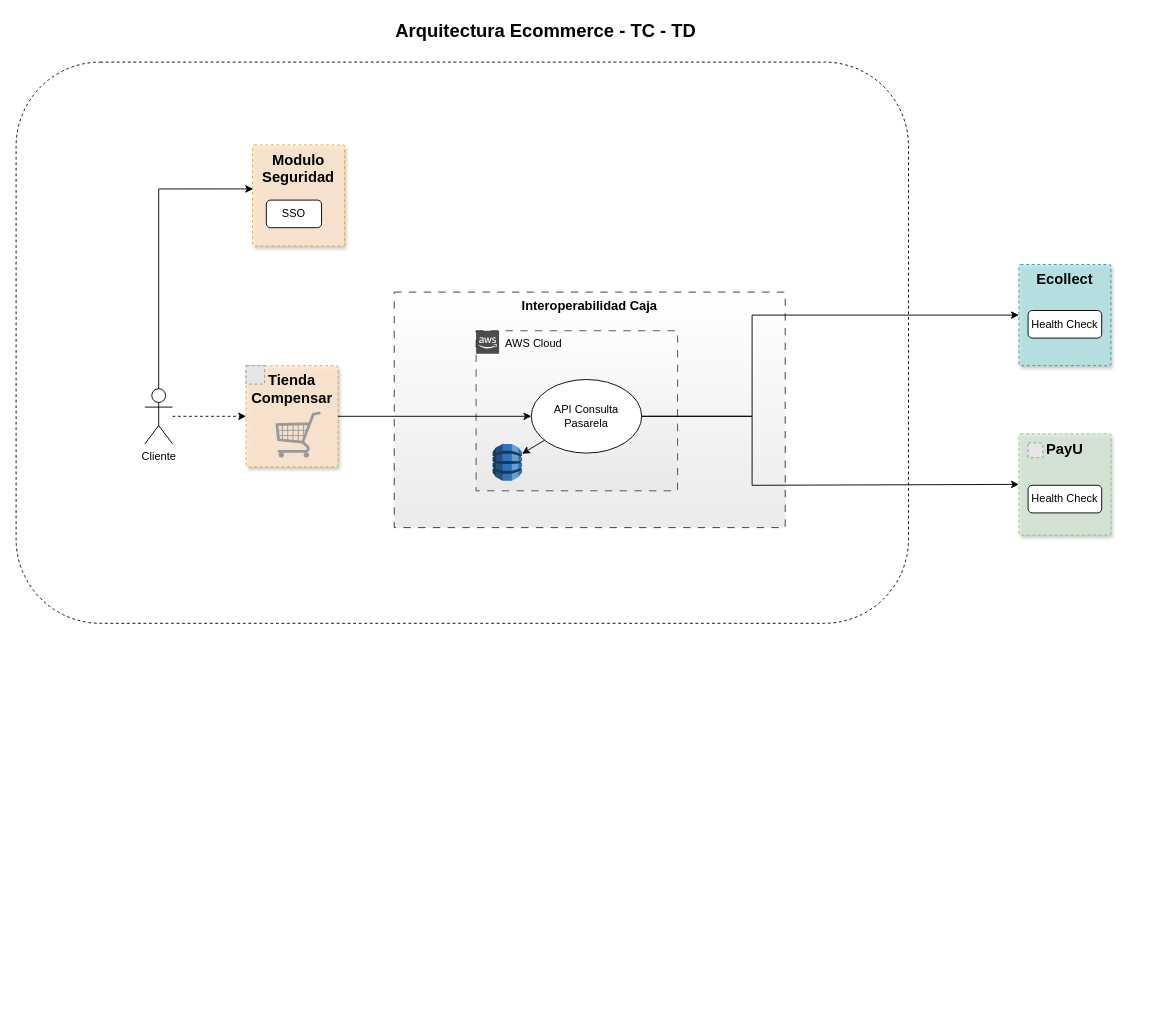
The draw.io diagram page "Tienda" (1 of 2) of Pasarela contingente.drawio in carlosvalderrama1204/diagrams, before the edit. Source tidied: cells renumbered, new cells numbered last; positions are measured from the earlier drawing's top-left corner, leaving out a move shared by most shapes. Both pictures are drawn from the tidied source at 92%, with x=0, y=0 at pixel (16, 16). Pictures stored in the file or linked from it are replaced by grey dashed boxes.
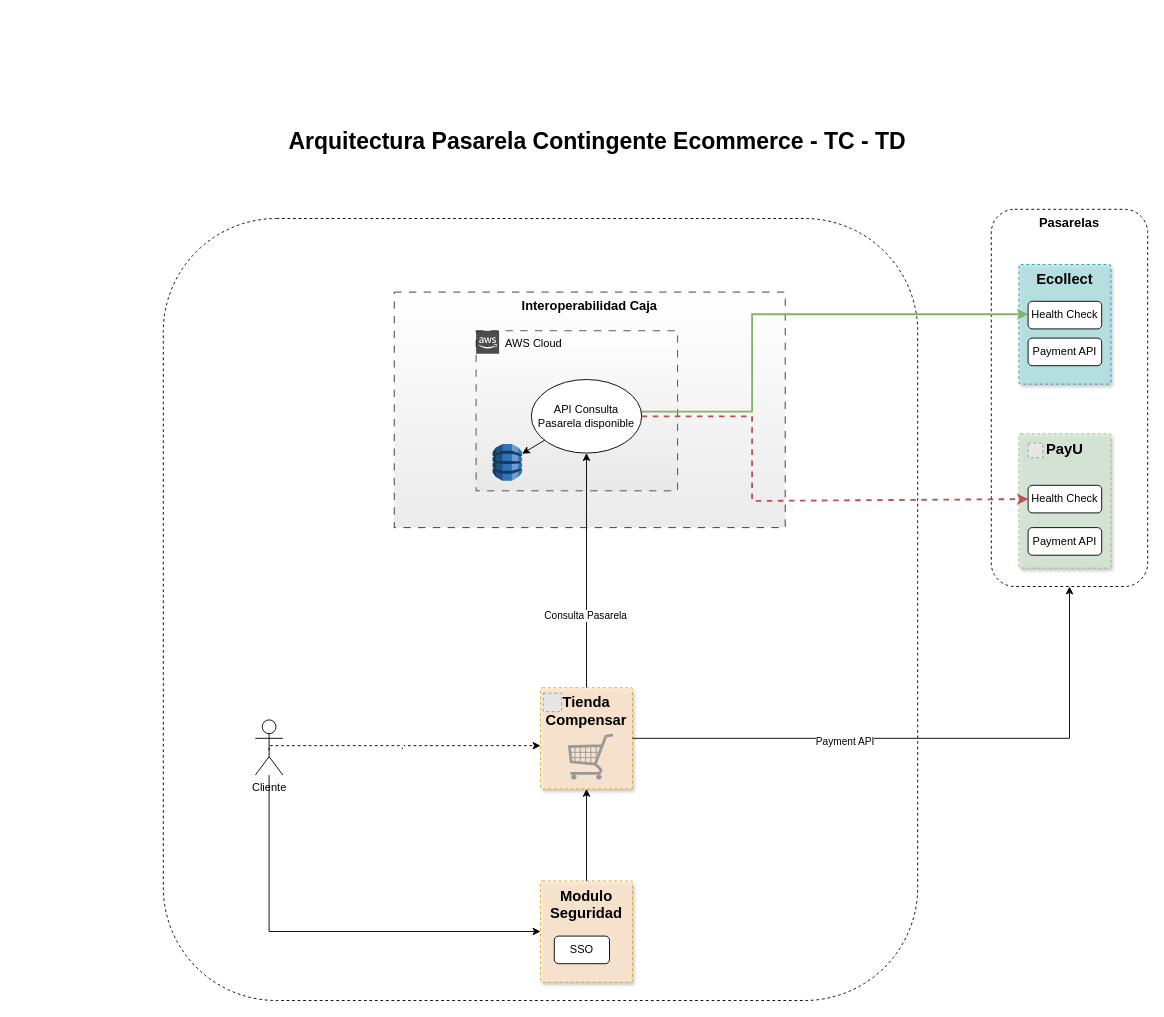
Above is the later version.

Unchanged cells that the change refers to:
```xml
<mxCell id="18" style="edgeStyle=orthogonalEdgeStyle;rounded=0;jettySize=auto;html=1;" parent="1" edge="1" source="4" target="17">
  <mxGeometry relative="1" as="geometry" />
</mxCell>
<mxCell id="22" value="Health Check" style="rounded=1;whiteSpace=wrap;html=1;" parent="1" vertex="1">
  <mxGeometry x="1100" y="510" width="80" height="30" as="geometry" />
</mxCell>
```

Diff of the diagram source:
```diff
@@
+    <mxCell id="25" value="&lt;b&gt;&lt;font style=&quot;font-size: 14px;&quot;&gt;Pasarelas&lt;/font&gt;&lt;/b&gt;" style="rounded=1;whiteSpace=wrap;html=1;verticalAlign=top;dashed=1;" parent="1" vertex="1">
+      <mxGeometry x="1060" y="210" width="170" height="410" as="geometry" />
+    </mxCell>
     <mxCell id="2" style="rounded=1;whiteSpace=wrap;html=1;dashed=1;" parent="1" vertex="1">
-      <mxGeometry y="50" width="970" height="610" as="geometry" />
+      <mxGeometry x="160" y="220" width="820" height="850" as="geometry" />
     </mxCell>
@@
-    <mxCell id="4" value="Tienda Compensar" style="rounded=1;whiteSpace=wrap;html=1;labelBackgroundColor=none;labelBorderColor=none;fillStyle=auto;strokeColor=#d79b00;fontSize=16;fillColor=#ffe6cc;opacity=80;verticalAlign=top;align=center;dashed=1;arcSize=2;fontStyle=1;shadow=1;" parent="1" vertex="1">
-      <mxGeometry x="250" y="380" width="100" height="110" as="geometry" />
-    </mxCell>
-    <mxCell id="5" style="fillColor=#E6E6E6;strokeColor=#999999;dashed=1;verticalLabelPosition=bottom;labelBackgroundColor=default;verticalAlign=top;" parent="1" vertex="1">
-      <mxGeometry x="250" y="380" width="20" height="20" as="geometry" />
-    </mxCell>
-    <mxCell id="6" style="verticalLabelPosition=bottom;shadow=0;dashed=0;align=center;html=1;verticalAlign=top;strokeWidth=1;shape=mxgraph.mockup.misc.shoppingCart;strokeColor=#999999;" parent="1" vertex="1">
-      <mxGeometry x="282" y="430" width="50" height="50" as="geometry" />
-    </mxCell>
-    <mxCell id="7" style="edgeStyle=orthogonalEdgeStyle;rounded=0;jettySize=auto;html=1;entryX=0;entryY=0.5;entryDx=0;entryDy=0;dashed=1;" parent="1" edge="1" source="8" target="4">
-      <mxGeometry relative="1" as="geometry" />
+    <mxCell id="7" value="." style="edgeStyle=orthogonalEdgeStyle;rounded=0;orthogonalLoop=1;jettySize=auto;html=1;dashed=1;exitX=0.5;exitY=0.5;exitDx=0;exitDy=0;exitPerimeter=0;" parent="1" edge="1">
+      <mxGeometry relative="1" as="geometry">
+        <mxPoint x="275" y="798" as="sourcePoint" />
+        <mxPoint x="570" y="793" as="targetPoint" />
+        <Array as="points">
+          <mxPoint x="275" y="793" />
+        </Array>
+      </mxGeometry>
     </mxCell>
+    <mxCell id="11" style="edgeStyle=orthogonalEdgeStyle;rounded=0;jettySize=auto;html=1;entryX=0;entryY=0.5;entryDx=0;entryDy=0;" parent="1" edge="1" source="8" target="9">
+      <mxGeometry relative="1" as="geometry">
+        <Array as="points">
+          <mxPoint x="275" y="995" />
+        </Array>
+      </mxGeometry>
+    </mxCell>
     <mxCell id="8" value="Cliente" style="shape=umlActor;verticalLabelPosition=bottom;verticalAlign=top;html=1;outlineConnect=0;" parent="1" vertex="1">
-      <mxGeometry x="140" y="405" width="30" height="60" as="geometry" />
+      <mxGeometry x="260" y="765" width="30" height="60" as="geometry" />
     </mxCell>
-    <mxCell id="9" value="Modulo Seguridad" style="rounded=1;whiteSpace=wrap;html=1;labelBackgroundColor=none;labelBorderColor=none;fillStyle=auto;strokeColor=#d79b00;fontSize=16;fillColor=#ffe6cc;opacity=80;verticalAlign=top;align=center;dashed=1;arcSize=2;fontStyle=1;shadow=1;" parent="1" vertex="1">
-      <mxGeometry x="257" y="140" width="100" height="110" as="geometry" />
-    </mxCell>
-    <mxCell id="10" value="SSO" style="rounded=1;whiteSpace=wrap;html=1;" parent="1" vertex="1">
-      <mxGeometry x="272" y="200" width="60" height="30" as="geometry" />
-    </mxCell>
-    <mxCell id="11" style="edgeStyle=orthogonalEdgeStyle;rounded=0;jettySize=auto;html=1;entryX=0.007;entryY=0.435;entryDx=0;entryDy=0;entryPerimeter=0;" parent="1" edge="1" source="8" target="9">
-      <mxGeometry relative="1" as="geometry">
-        <Array as="points">
-          <mxPoint x="155" y="188" />
-        </Array>
-      </mxGeometry>
-    </mxCell>
     <mxCell id="12" value="Ecollect" style="rounded=1;whiteSpace=wrap;html=1;labelBackgroundColor=none;labelBorderColor=none;fillStyle=auto;strokeColor=#0e8088;fontSize=16;fillColor=#b0e3e6;opacity=80;verticalAlign=top;align=center;dashed=1;arcSize=2;fontStyle=1;shadow=1;" parent="1" vertex="1">
-      <mxGeometry x="1090" y="270" width="100" height="110" as="geometry" />
+      <mxGeometry x="1090" y="270" width="100" height="130" as="geometry" />
     </mxCell>
     <mxCell id="13" value="PayU" style="rounded=1;whiteSpace=wrap;html=1;labelBackgroundColor=none;labelBorderColor=none;fillStyle=auto;strokeColor=#82b366;fontSize=16;fillColor=#d5e8d4;opacity=80;verticalAlign=top;align=center;dashed=1;arcSize=2;fontStyle=1;shadow=1;" parent="1" vertex="1">
-      <mxGeometry x="1090" y="454" width="100" height="110" as="geometry" />
+      <mxGeometry x="1090" y="454" width="100" height="146" as="geometry" />
     </mxCell>
@@
-    <mxCell id="16" style="edgeStyle=orthogonalEdgeStyle;rounded=0;jettySize=auto;html=1;exitX=1;exitY=0.5;exitDx=0;exitDy=0;entryX=0;entryY=0.5;entryDx=0;entryDy=0;" parent="1" edge="1" source="17" target="12">
+    <mxCell id="16" style="edgeStyle=orthogonalEdgeStyle;rounded=0;jettySize=auto;html=1;fillColor=#d5e8d4;gradientColor=#97d077;strokeColor=#82b366;strokeWidth=2;entryX=0.017;entryY=0.47;entryDx=0;entryDy=0;entryPerimeter=0;exitX=0.993;exitY=0.522;exitDx=0;exitDy=0;exitPerimeter=0;" parent="1" edge="1" source="17">
       <mxGeometry relative="1" as="geometry">
+        <mxPoint x="1100" y="324.1" as="targetPoint" />
         <Array as="points">
-          <mxPoint x="800" y="435" />
-          <mxPoint x="800" y="325" />
+          <mxPoint x="679" y="430" />
+          <mxPoint x="800" y="430" />
+          <mxPoint x="800" y="324" />
         </Array>
       </mxGeometry>
     </mxCell>
-    <mxCell id="17" value="API Consulta Pasarela" style="ellipse;whiteSpace=wrap;html=1;" parent="1" vertex="1">
+    <mxCell id="17" value="API Consulta Pasarela disponible" style="ellipse;whiteSpace=wrap;html=1;" parent="1" vertex="1">
       <mxGeometry x="560" y="395" width="120" height="80" as="geometry" />
     </mxCell>
@@
+    <mxCell id="26" value="Consulta Pasarela" style="edgeLabel;html=1;align=center;verticalAlign=middle;" parent="18" vertex="1">
+      <mxGeometry x="-0.38" y="2" relative="1" as="geometry" />
+    </mxCell>
-    <mxCell id="19" style="endArrow=classic;html=1;rounded=0;exitX=1;exitY=0.5;exitDx=0;exitDy=0;entryX=0;entryY=0.5;entryDx=0;entryDy=0;" parent="1" edge="1" source="17" target="13">
+    <mxCell id="19" style="endArrow=classic;html=1;rounded=0;exitX=1;exitY=0.5;exitDx=0;exitDy=0;entryX=0;entryY=0.5;entryDx=0;entryDy=0;fillColor=#f8cecc;gradientColor=#ea6b66;strokeColor=#b85450;strokeWidth=2;dashed=1;" parent="1" edge="1" source="17" target="22">
       <mxGeometry relative="1" as="geometry">
         <Array as="points">
           <mxPoint x="800" y="435" />
-          <mxPoint x="800" y="510" />
+          <mxPoint x="800" y="527" />
         </Array>
       </mxGeometry>
     </mxCell>
-    <mxCell id="20" value="Arquitectura Ecommerce - TC - TD" style="text;html=1;strokeColor=none;fillColor=none;align=center;verticalAlign=middle;whiteSpace=wrap;rounded=0;fontSize=20;fontStyle=1;" parent="1" vertex="1">
-      <mxGeometry x="411" width="330" height="30" as="geometry" />
+    <mxCell id="20" value="&lt;font style=&quot;font-size: 25px;&quot;&gt;Arquitectura Pasarela Contingente Ecommerce - TC - TD&lt;/font&gt;" style="text;html=1;strokeColor=none;fillColor=none;align=center;verticalAlign=middle;whiteSpace=wrap;rounded=0;fontSize=20;fontStyle=1;" parent="1" vertex="1">
+      <mxGeometry x="250" y="120" width="764" height="30" as="geometry" />
     </mxCell>
     <mxCell id="21" value="Health Check" style="rounded=1;whiteSpace=wrap;html=1;" parent="1" vertex="1">
-      <mxGeometry x="1100" y="320" width="80" height="30" as="geometry" />
+      <mxGeometry x="1100" y="310" width="80" height="30" as="geometry" />
     </mxCell>
@@
+    <mxCell id="27" style="group;" parent="1" vertex="1">
+      <mxGeometry x="570" y="730" width="100" height="110" as="geometry" />
+    </mxCell>
+    <mxCell id="4" value="Tienda Compensar" style="rounded=1;whiteSpace=wrap;html=1;labelBackgroundColor=none;labelBorderColor=none;fillStyle=auto;strokeColor=#d79b00;fontSize=16;fillColor=#ffe6cc;opacity=80;verticalAlign=top;align=center;dashed=1;arcSize=2;fontStyle=1;shadow=1;" parent="27" vertex="1">
+      <mxGeometry width="100" height="110" as="geometry" />
+    </mxCell>
+    <mxCell id="5" style="fillColor=#E6E6E6;strokeColor=#999999;dashed=1;verticalLabelPosition=bottom;labelBackgroundColor=default;verticalAlign=top;" parent="27" vertex="1">
+      <mxGeometry x="3" y="6" width="20" height="20" as="geometry" />
+    </mxCell>
+    <mxCell id="6" style="verticalLabelPosition=bottom;shadow=0;dashed=0;align=center;html=1;verticalAlign=top;strokeWidth=1;shape=mxgraph.mockup.misc.shoppingCart;strokeColor=#999999;" parent="27" vertex="1">
+      <mxGeometry x="30" y="50" width="50" height="50" as="geometry" />
+    </mxCell>
+    <mxCell id="28" style="edgeStyle=orthogonalEdgeStyle;rounded=0;jettySize=auto;html=1;" parent="1" edge="1" source="4" target="25">
+      <mxGeometry relative="1" as="geometry" />
+    </mxCell>
+    <mxCell id="29" value="Payment API" style="edgeLabel;html=1;align=center;verticalAlign=middle;" parent="28" vertex="1">
+      <mxGeometry x="-0.28" y="-3" relative="1" as="geometry" />
+    </mxCell>
+    <mxCell id="30" style="group;" parent="1" vertex="1">
+      <mxGeometry x="570" y="940" width="100" height="110" as="geometry" />
+    </mxCell>
+    <mxCell id="9" value="Modulo Seguridad" style="rounded=1;whiteSpace=wrap;html=1;labelBackgroundColor=none;labelBorderColor=none;fillStyle=auto;strokeColor=#d79b00;fontSize=16;fillColor=#ffe6cc;opacity=80;verticalAlign=top;align=center;dashed=1;arcSize=2;fontStyle=1;shadow=1;" parent="30" vertex="1">
+      <mxGeometry width="100" height="110" as="geometry" />
+    </mxCell>
+    <mxCell id="10" value="SSO" style="rounded=1;whiteSpace=wrap;html=1;" parent="30" vertex="1">
+      <mxGeometry x="15" y="60" width="60" height="30" as="geometry" />
+    </mxCell>
+    <mxCell id="31" style="edgeStyle=orthogonalEdgeStyle;rounded=0;jettySize=auto;html=1;entryX=0.5;entryY=1;entryDx=0;entryDy=0;" parent="1" edge="1" source="9" target="4">
+      <mxGeometry relative="1" as="geometry" />
+    </mxCell>
+    <mxCell id="32" value="Payment API" style="rounded=1;whiteSpace=wrap;html=1;" parent="1" vertex="1">
+      <mxGeometry x="1100" y="556" width="80" height="30" as="geometry" />
+    </mxCell>
+    <mxCell id="33" value="Payment API" style="rounded=1;whiteSpace=wrap;html=1;" parent="1" vertex="1">
+      <mxGeometry x="1100" y="350" width="80" height="30" as="geometry" />
+    </mxCell>
```
